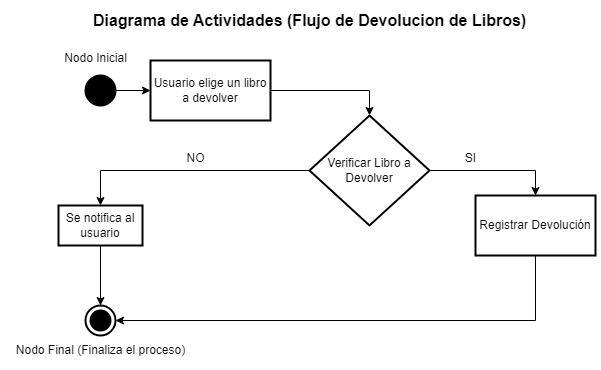
The draw.io diagram GestionBiblioteca/DDA2.png in JereRG/proyecto-algoritmos-unsta-2023, before a commit. Source tidied: cells renumbered, new cells last; positions are measured from the earlier drawing's top-left corner, leaving out a move shared by most shapes.
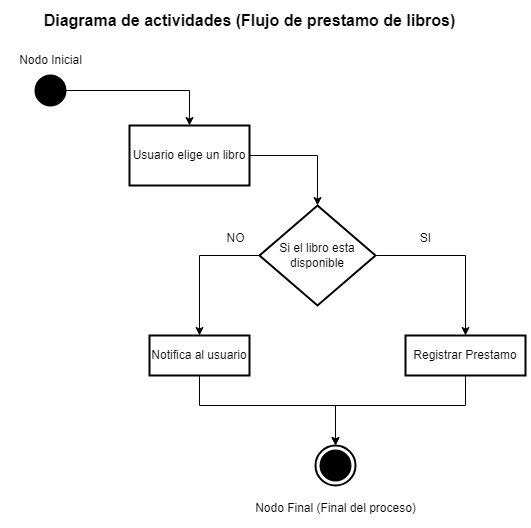
Above is the later version.

Diff of the diagram source:
```diff
@@ -2,63 +2,69 @@
   <root>
     <mxCell id="0" />
     <mxCell id="1" parent="0" />
-    <mxCell id="2" style="edgeStyle=orthogonalEdgeStyle;rounded=0;jettySize=auto;html=1;" parent="1" edge="1" source="3" target="10">
-      <mxGeometry relative="1" as="geometry" />
-    </mxCell>
-    <mxCell id="3" style="strokeWidth=2;html=1;shape=mxgraph.flowchart.start_2;whiteSpace=wrap;fillColor=#000000;" parent="1" vertex="1">
-      <mxGeometry x="80" y="70" width="30" height="30" as="geometry" />
-    </mxCell>
+    <mxCell id="20" style="edgeStyle=orthogonalEdgeStyle;rounded=0;jettySize=auto;html=1;" parent="1" edge="1" source="21" target="23">
+      <mxGeometry relative="1" as="geometry" />
+    </mxCell>
+    <mxCell id="21" style="strokeWidth=2;html=1;shape=mxgraph.flowchart.start_2;whiteSpace=wrap;fillColor=#000000;" parent="1" vertex="1">
+      <mxGeometry x="90" y="-20" width="30" height="30" as="geometry" />
+    </mxCell>
     <mxCell id="4" value="Nodo Inicial" style="text;html=1;align=center;verticalAlign=middle;strokeColor=none;fillColor=none;" parent="1" vertex="1">
-      <mxGeometry x="45" y="38" width="90" height="30" as="geometry" />
+      <mxGeometry x="60" y="-50" width="90" height="30" as="geometry" />
     </mxCell>
-    <mxCell id="5" style="ellipse;whiteSpace=wrap;html=1;fillColor=#ffffff;strokeWidth=2;" parent="1" vertex="1">
-      <mxGeometry x="80" y="300" width="30" height="30" as="geometry" />
-    </mxCell>
-    <mxCell id="6" style="strokeWidth=2;html=1;shape=mxgraph.flowchart.start_2;whiteSpace=wrap;fillColor=#000000;" parent="1" vertex="1">
-      <mxGeometry x="85" y="305" width="20" height="20" as="geometry" />
-    </mxCell>
-    <mxCell id="7" value="Nodo Final (Finaliza el proceso)" style="text;html=1;align=center;verticalAlign=middle;strokeColor=none;fillColor=none;" parent="1" vertex="1">
-      <mxGeometry y="330" width="190" height="30" as="geometry" />
-    </mxCell>
-    <mxCell id="8" value="&lt;b&gt;&lt;font style=&quot;font-size: 16px;&quot;&gt;Diagrama de Actividades (Flujo de Devolucion de Libros)&lt;/font&gt;&lt;/b&gt;" style="text;html=1;align=center;verticalAlign=middle;strokeColor=none;fillColor=none;" parent="1" vertex="1">
-      <mxGeometry x="74" width="460" height="30" as="geometry" />
-    </mxCell>
-    <mxCell id="9" style="edgeStyle=orthogonalEdgeStyle;rounded=0;jettySize=auto;html=1;entryX=0.5;entryY=0;entryDx=0;entryDy=0;" parent="1" edge="1" source="10" target="13">
-      <mxGeometry relative="1" as="geometry" />
-    </mxCell>
-    <mxCell id="10" value="Usuario elige un libro a devolver" style="whiteSpace=wrap;html=1;fillColor=none;strokeWidth=2;" parent="1" vertex="1">
-      <mxGeometry x="145" y="55" width="120" height="60" as="geometry" />
-    </mxCell>
-    <mxCell id="11" style="edgeStyle=orthogonalEdgeStyle;rounded=0;jettySize=auto;html=1;entryX=0.5;entryY=0;entryDx=0;entryDy=0;" parent="1" edge="1" source="13" target="15">
-      <mxGeometry relative="1" as="geometry" />
-    </mxCell>
-    <mxCell id="12" style="edgeStyle=orthogonalEdgeStyle;rounded=0;jettySize=auto;html=1;entryX=0.5;entryY=0;entryDx=0;entryDy=0;" parent="1" edge="1" source="13" target="17">
-      <mxGeometry relative="1" as="geometry" />
-    </mxCell>
-    <mxCell id="13" value="Verificar Libro a Devolver" style="rhombus;whiteSpace=wrap;html=1;fillColor=none;strokeWidth=2;" parent="1" vertex="1">
-      <mxGeometry x="304" y="110" width="120" height="110" as="geometry" />
-    </mxCell>
-    <mxCell id="14" style="edgeStyle=orthogonalEdgeStyle;rounded=0;jettySize=auto;html=1;entryX=1;entryY=0.5;entryDx=0;entryDy=0;" parent="1" edge="1" source="15" target="5">
-      <mxGeometry relative="1" as="geometry">
-        <Array as="points">
-          <mxPoint x="530" y="315" />
-        </Array>
-      </mxGeometry>
-    </mxCell>
-    <mxCell id="15" value="Registrar Devolución" style="whiteSpace=wrap;html=1;fillColor=none;strokeWidth=2;" parent="1" vertex="1">
-      <mxGeometry x="470" y="190" width="120" height="60" as="geometry" />
-    </mxCell>
-    <mxCell id="16" style="edgeStyle=orthogonalEdgeStyle;rounded=0;jettySize=auto;html=1;entryX=0.5;entryY=0;entryDx=0;entryDy=0;" parent="1" edge="1" source="17" target="5">
-      <mxGeometry relative="1" as="geometry" />
-    </mxCell>
-    <mxCell id="17" value="Se notifica al usuario" style="whiteSpace=wrap;html=1;fillColor=none;strokeWidth=2;" parent="1" vertex="1">
-      <mxGeometry x="53" y="200" width="84" height="40" as="geometry" />
-    </mxCell>
+    <mxCell id="22" style="edgeStyle=orthogonalEdgeStyle;rounded=0;jettySize=auto;html=1;" parent="1" edge="1" source="23" target="26">
+      <mxGeometry relative="1" as="geometry" />
+    </mxCell>
+    <mxCell id="23" value="Usuario elige un libro" style="whiteSpace=wrap;html=1;fillColor=none;strokeWidth=2;" parent="1" vertex="1">
+      <mxGeometry x="184" y="30" width="120" height="60" as="geometry" />
+    </mxCell>
+    <mxCell id="24" style="edgeStyle=orthogonalEdgeStyle;rounded=0;jettySize=auto;html=1;" parent="1" edge="1" source="26" target="28">
+      <mxGeometry relative="1" as="geometry" />
+    </mxCell>
+    <mxCell id="25" style="edgeStyle=orthogonalEdgeStyle;rounded=0;jettySize=auto;html=1;" parent="1" edge="1" source="26" target="30">
+      <mxGeometry relative="1" as="geometry" />
+    </mxCell>
+    <mxCell id="26" value="Si el libro esta disponible" style="rhombus;whiteSpace=wrap;html=1;fillColor=none;strokeWidth=2;" parent="1" vertex="1">
+      <mxGeometry x="314" y="110" width="116" height="100" as="geometry" />
+    </mxCell>
+    <mxCell id="27" style="edgeStyle=orthogonalEdgeStyle;rounded=0;jettySize=auto;html=1;" parent="1" edge="1" source="28" target="31">
+      <mxGeometry relative="1" as="geometry">
+        <Array as="points">
+          <mxPoint x="254" y="310" />
+          <mxPoint x="390" y="310" />
+        </Array>
+      </mxGeometry>
+    </mxCell>
+    <mxCell id="28" value="Notifica al usuario" style="whiteSpace=wrap;html=1;fillColor=none;strokeWidth=2;" parent="1" vertex="1">
+      <mxGeometry x="204" y="240" width="100" height="40" as="geometry" />
+    </mxCell>
+    <mxCell id="29" style="edgeStyle=orthogonalEdgeStyle;rounded=0;jettySize=auto;html=1;entryX=0.5;entryY=0;entryDx=0;entryDy=0;" parent="1" edge="1" source="30" target="31">
+      <mxGeometry relative="1" as="geometry">
+        <Array as="points">
+          <mxPoint x="520" y="310" />
+          <mxPoint x="390" y="310" />
+        </Array>
+      </mxGeometry>
+    </mxCell>
+    <mxCell id="30" value="Registrar Prestamo" style="whiteSpace=wrap;html=1;fillColor=none;strokeWidth=2;" parent="1" vertex="1">
+      <mxGeometry x="460" y="240" width="120" height="40" as="geometry" />
+    </mxCell>
+    <mxCell id="19" value="NO" style="text;html=1;align=center;verticalAlign=middle;strokeColor=none;fillColor=none;" parent="1" vertex="1">
+      <mxGeometry x="270" y="128" width="40" height="30" as="geometry" />
+    </mxCell>
     <mxCell id="18" value="SI" style="text;html=1;align=center;verticalAlign=middle;strokeColor=none;fillColor=none;" parent="1" vertex="1">
-      <mxGeometry x="450" y="138" width="30" height="30" as="geometry" />
+      <mxGeometry x="465" y="128" width="30" height="30" as="geometry" />
     </mxCell>
-    <mxCell id="19" value="NO" style="text;html=1;align=center;verticalAlign=middle;strokeColor=none;fillColor=none;" parent="1" vertex="1">
-      <mxGeometry x="170" y="138" width="40" height="30" as="geometry" />
-    </mxCell>
+    <mxCell id="31" style="ellipse;whiteSpace=wrap;html=1;fillColor=none;strokeWidth=2;" parent="1" vertex="1">
+      <mxGeometry x="370" y="350" width="40" height="40" as="geometry" />
+    </mxCell>
+    <mxCell id="32" style="strokeWidth=2;html=1;shape=mxgraph.flowchart.start_2;whiteSpace=wrap;fillColor=#000000;" parent="1" vertex="1">
+      <mxGeometry x="375" y="355" width="30" height="30" as="geometry" />
+    </mxCell>
+    <mxCell id="33" value="Nodo Final (Final del proceso)" style="text;html=1;align=center;verticalAlign=middle;strokeColor=none;fillColor=none;" parent="1" vertex="1">
+      <mxGeometry x="300" y="398" width="180" height="30" as="geometry" />
+    </mxCell>
+    <mxCell id="34" value="&lt;span style=&quot;font-size: 16px;&quot;&gt;&lt;b&gt;Diagrama de actividades (Flujo de prestamo de libros)&lt;/b&gt;&lt;/span&gt;" style="text;html=1;align=center;verticalAlign=middle;strokeColor=none;fillColor=none;" parent="1" vertex="1">
+      <mxGeometry x="84" y="-90" width="440" height="30" as="geometry" />
+    </mxCell>
   </root>
 </mxGraphModel>
```
